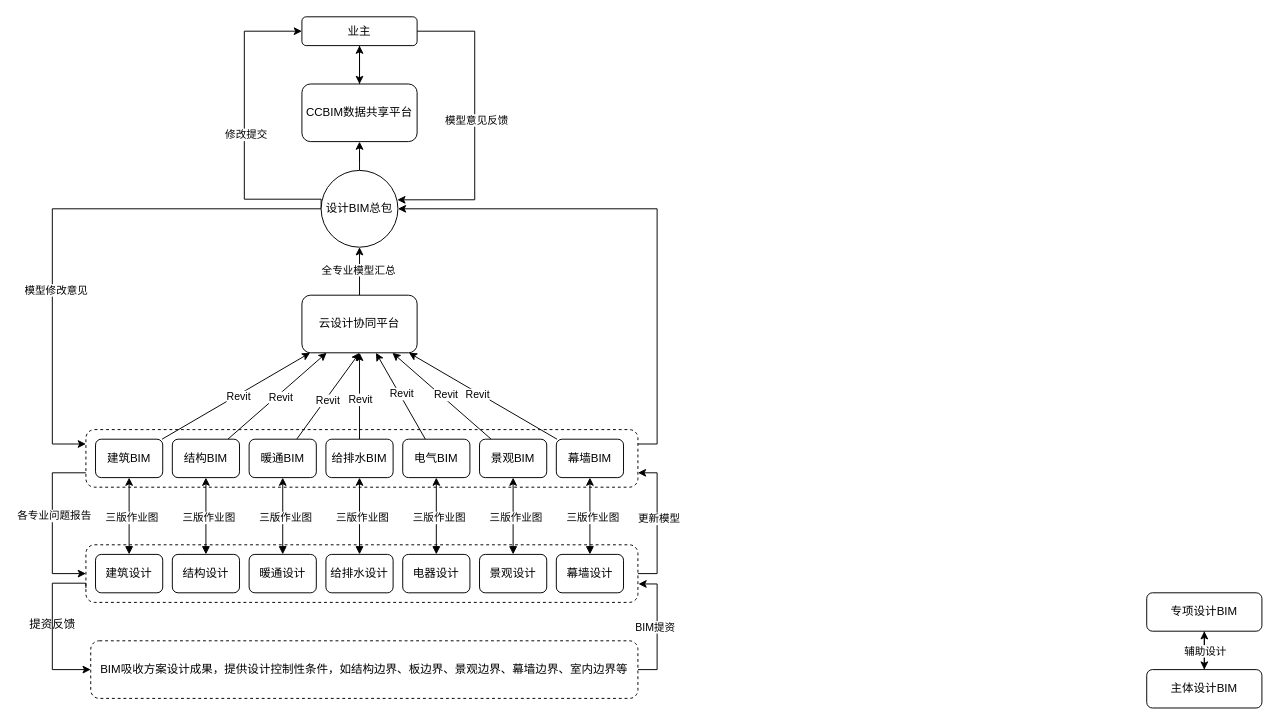
This is BIM总包.drawio from gaochaowyq/MinderGraph, a draw.io file, before an edit. Source tidied: cells renumbered, new cells numbered last; positions are measured from the earlier drawing's top-left corner, leaving out a move shared by most shapes. Both pictures are drawn from the tidied source at 96%, with x=0, y=0 at pixel (18, 16).
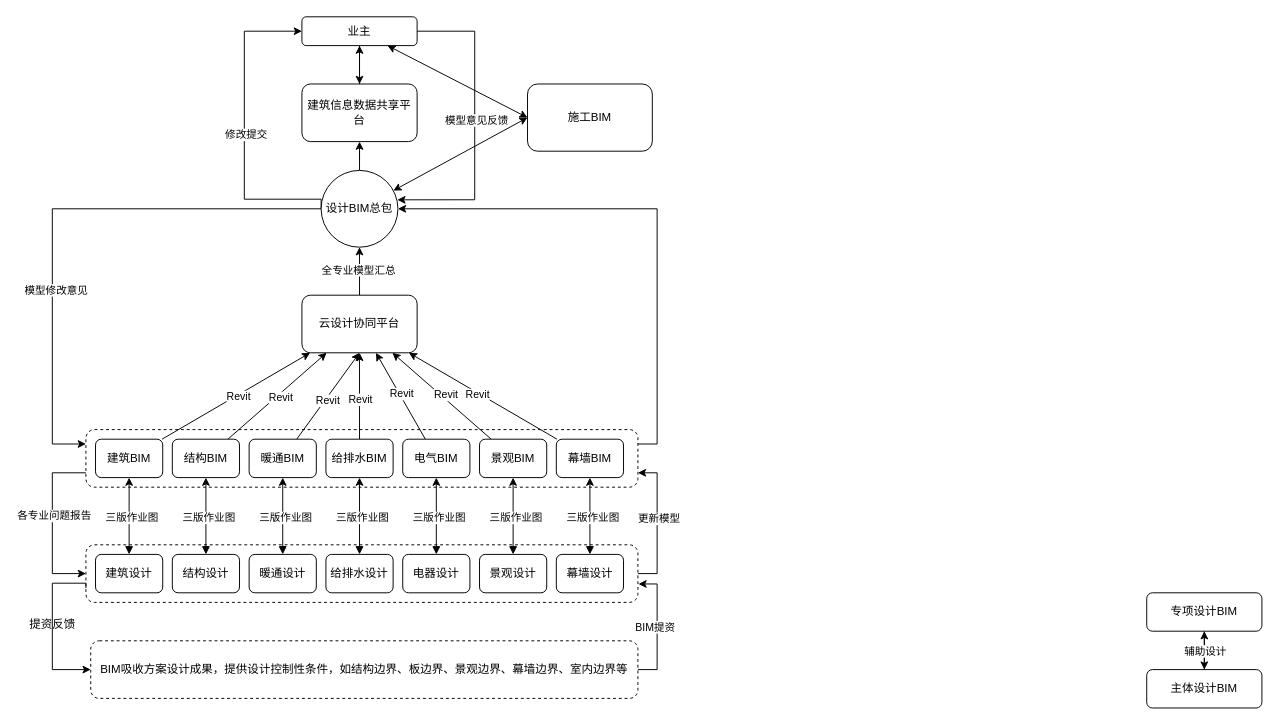
After the change.

The change refers to these unchanged cells:
```xml
<mxCell id="7" value="设计BIM总包" style="ellipse;whiteSpace=wrap;html=1;" parent="1" vertex="1">
  <mxGeometry x="315" y="160" width="80" height="80" as="geometry" />
</mxCell>
<mxCell id="16" value="业主" style="rounded=1;whiteSpace=wrap;html=1;" parent="1" vertex="1">
  <mxGeometry x="295" width="120" height="30" as="geometry" />
</mxCell>
```

The edit, as a diff of the source:
```diff
@@
+    <mxCell id="76" style="rounded=0;jettySize=auto;html=1;entryX=0;entryY=0.5;entryDx=0;entryDy=0;startArrow=classic;startFill=1;" parent="1" edge="1" source="7" target="78">
+      <mxGeometry relative="1" as="geometry" />
+    </mxCell>
@@
+    <mxCell id="77" style="rounded=0;jettySize=auto;html=1;startArrow=classic;startFill=1;entryX=0;entryY=0.5;entryDx=0;entryDy=0;" parent="1" edge="1" source="16" target="78">
+      <mxGeometry relative="1" as="geometry" />
+    </mxCell>
@@
-    <mxCell id="24" value="CCBIM数据共享平台" style="rounded=1;whiteSpace=wrap;html=1;" parent="1" vertex="1">
+    <mxCell id="24" value="建筑信息数据共享平台" style="rounded=1;whiteSpace=wrap;html=1;" parent="1" vertex="1">
       <mxGeometry x="295" y="70" width="120" height="60" as="geometry" />
     </mxCell>
@@
+    <mxCell id="78" value="施工BIM" style="rounded=1;whiteSpace=wrap;html=1;" parent="1" vertex="1">
+      <mxGeometry x="530" y="70" width="130" height="70" as="geometry" />
+    </mxCell>
```
